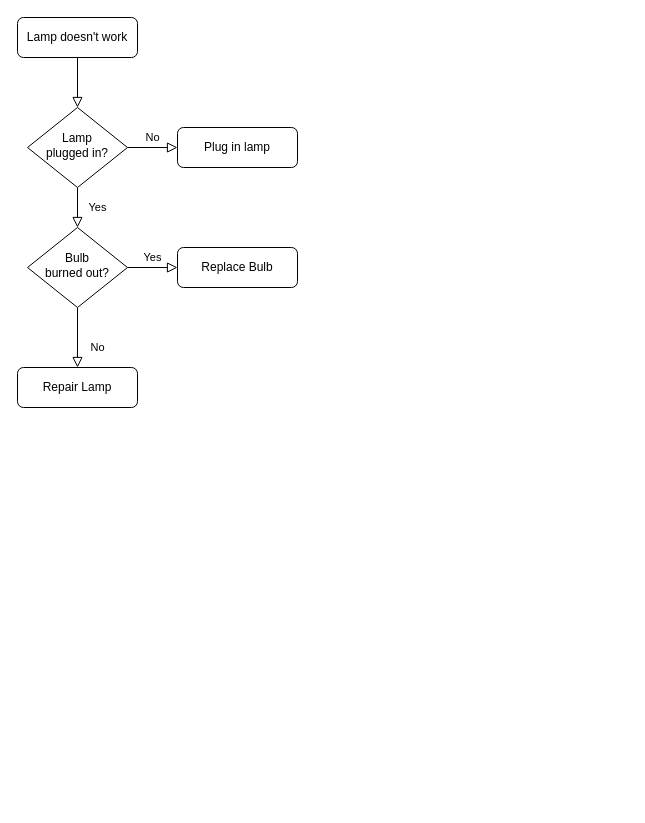
The draw.io diagram Diagrams/Aktivitätsdiagramm Übung 7a).drawio in DavidRiemer02/Softwaretechnik, before the edit. Source tidied: cells renumbered, new cells numbered last; positions are measured from the earlier drawing's top-left corner, leaving out a move shared by most shapes. Both pictures are drawn from the tidied source at 100%, with x=0, y=0 at pixel (17, 17).
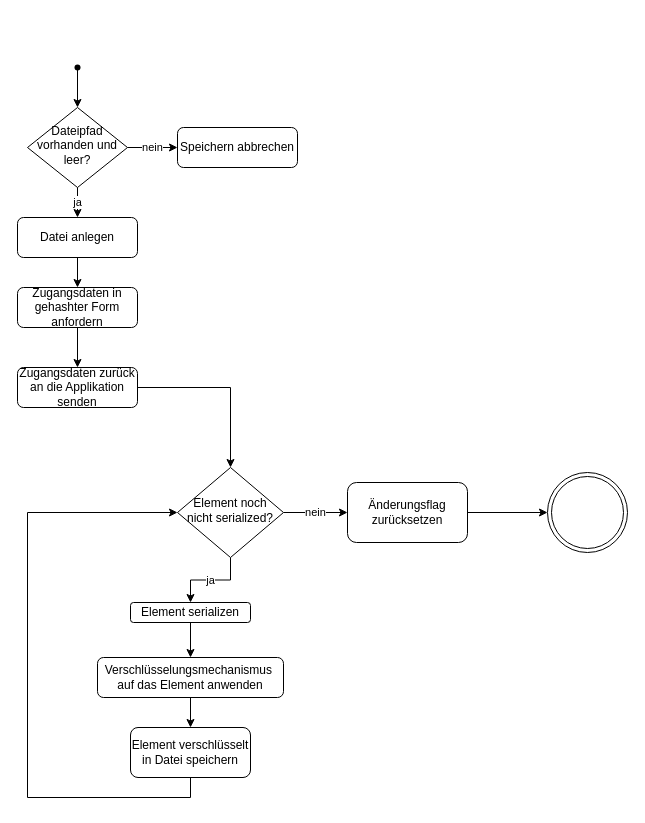
The same page after the edit.

Change to the diagram source:
```diff
@@
-    <mxCell id="2" style="rounded=0;html=1;jettySize=auto;fontSize=11;endArrow=block;endFill=0;endSize=8;strokeWidth=1;shadow=0;labelBackgroundColor=none;edgeStyle=orthogonalEdgeStyle;" parent="1" edge="1" source="3" target="6">
-      <mxGeometry relative="1" as="geometry" />
-    </mxCell>
-    <mxCell id="3" value="Lamp doesn't work" style="rounded=1;whiteSpace=wrap;html=1;fontSize=12;glass=0;strokeWidth=1;shadow=0;" parent="1" vertex="1">
-      <mxGeometry width="120" height="40" as="geometry" />
-    </mxCell>
-    <mxCell id="4" value="Yes" style="rounded=0;html=1;jettySize=auto;fontSize=11;endArrow=block;endFill=0;endSize=8;strokeWidth=1;shadow=0;labelBackgroundColor=none;edgeStyle=orthogonalEdgeStyle;" parent="1" edge="1" source="6" target="10">
-      <mxGeometry y="20" relative="1" as="geometry" />
-    </mxCell>
-    <mxCell id="5" value="No" style="edgeStyle=orthogonalEdgeStyle;rounded=0;html=1;jettySize=auto;fontSize=11;endArrow=block;endFill=0;endSize=8;strokeWidth=1;shadow=0;labelBackgroundColor=none;" parent="1" edge="1" source="6" target="7">
-      <mxGeometry y="10" relative="1" as="geometry" />
-    </mxCell>
-    <mxCell id="6" value="Lamp&lt;br&gt;plugged in?" style="rhombus;whiteSpace=wrap;html=1;shadow=0;fontFamily=Helvetica;fontSize=12;align=center;strokeWidth=1;spacing=6;spacingTop=-4;" parent="1" vertex="1">
+    <mxCell id="6" value="Dateipfad vorhanden und leer?" style="rhombus;whiteSpace=wrap;html=1;shadow=0;fontFamily=Helvetica;fontSize=12;align=center;strokeWidth=1;spacing=6;spacingTop=-4;" parent="1" vertex="1">
       <mxGeometry x="10" y="90" width="100" height="80" as="geometry" />
     </mxCell>
-    <mxCell id="7" value="Plug in lamp" style="rounded=1;whiteSpace=wrap;html=1;fontSize=12;glass=0;strokeWidth=1;shadow=0;" parent="1" vertex="1">
+    <mxCell id="7" value="Speichern abbrechen" style="rounded=1;whiteSpace=wrap;html=1;fontSize=12;glass=0;strokeWidth=1;shadow=0;" parent="1" vertex="1">
       <mxGeometry x="160" y="110" width="120" height="40" as="geometry" />
     </mxCell>
-    <mxCell id="8" value="No" style="rounded=0;html=1;jettySize=auto;fontSize=11;endArrow=block;endFill=0;endSize=8;strokeWidth=1;shadow=0;labelBackgroundColor=none;edgeStyle=orthogonalEdgeStyle;" parent="1" edge="1" source="10" target="11">
-      <mxGeometry x="0.33" y="20" relative="1" as="geometry" />
-    </mxCell>
-    <mxCell id="9" value="Yes" style="edgeStyle=orthogonalEdgeStyle;rounded=0;html=1;jettySize=auto;fontSize=11;endArrow=block;endFill=0;endSize=8;strokeWidth=1;shadow=0;labelBackgroundColor=none;" parent="1" edge="1" source="10" target="12">
-      <mxGeometry y="10" relative="1" as="geometry" />
-    </mxCell>
+    <mxCell id="13" value="nein" style="edgeStyle=orthogonalEdgeStyle;rounded=0;jettySize=auto;html=1;exitX=1;exitY=0.5;exitDx=0;exitDy=0;" parent="1" edge="1" source="10">
+      <mxGeometry relative="1" as="geometry">
+        <mxPoint x="330" y="495" as="targetPoint" />
+      </mxGeometry>
+    </mxCell>
+    <mxCell id="14" value="ja" style="edgeStyle=orthogonalEdgeStyle;rounded=0;jettySize=auto;html=1;exitX=0.5;exitY=1;exitDx=0;exitDy=0;entryX=0.5;entryY=0;entryDx=0;entryDy=0;" parent="1" edge="1" source="10" target="23">
+      <mxGeometry relative="1" as="geometry" />
+    </mxCell>
-    <mxCell id="10" value="Bulb&lt;br&gt;burned out?" style="rhombus;whiteSpace=wrap;html=1;shadow=0;fontFamily=Helvetica;fontSize=12;align=center;strokeWidth=1;spacing=6;spacingTop=-4;" parent="1" vertex="1">
-      <mxGeometry x="10" y="210" width="100" height="80" as="geometry" />
+    <mxCell id="10" value="Element noch nicht serialized?" style="rhombus;whiteSpace=wrap;html=1;shadow=0;fontFamily=Helvetica;fontSize=12;align=center;strokeWidth=1;spacing=6;spacingTop=-4;" parent="1" vertex="1">
+      <mxGeometry x="160" y="450" width="106" height="90" as="geometry" />
     </mxCell>
+    <mxCell id="15" style="edgeStyle=orthogonalEdgeStyle;rounded=0;jettySize=auto;html=1;exitX=1;exitY=0.5;exitDx=0;exitDy=0;entryX=0.5;entryY=0;entryDx=0;entryDy=0;" parent="1" edge="1" source="11" target="10">
+      <mxGeometry relative="1" as="geometry" />
+    </mxCell>
-    <mxCell id="11" value="Repair Lamp" style="rounded=1;whiteSpace=wrap;html=1;fontSize=12;glass=0;strokeWidth=1;shadow=0;" parent="1" vertex="1">
+    <mxCell id="11" value="Zugangsdaten zurück an die Applikation senden" style="rounded=1;whiteSpace=wrap;html=1;fontSize=12;glass=0;strokeWidth=1;shadow=0;" parent="1" vertex="1">
       <mxGeometry y="350" width="120" height="40" as="geometry" />
     </mxCell>
+    <mxCell id="16" style="edgeStyle=orthogonalEdgeStyle;rounded=0;jettySize=auto;html=1;exitX=0.5;exitY=1;exitDx=0;exitDy=0;" parent="1" edge="1" source="12" target="21">
+      <mxGeometry relative="1" as="geometry" />
+    </mxCell>
-    <mxCell id="12" value="Replace Bulb" style="rounded=1;whiteSpace=wrap;html=1;fontSize=12;glass=0;strokeWidth=1;shadow=0;" parent="1" vertex="1">
-      <mxGeometry x="160" y="230" width="120" height="40" as="geometry" />
+    <mxCell id="12" value="Datei anlegen" style="rounded=1;whiteSpace=wrap;html=1;fontSize=12;glass=0;strokeWidth=1;shadow=0;" parent="1" vertex="1">
+      <mxGeometry y="200" width="120" height="40" as="geometry" />
     </mxCell>
+    <mxCell id="17" style="shape=waypoint;sketch=0;fillStyle=solid;size=6;points=[];fillColor=none;perimeter=centerPerimeter;snapToPoint=1;" parent="1" vertex="1">
+      <mxGeometry x="40" y="30" width="40" height="40" as="geometry" />
+    </mxCell>
+    <mxCell id="18" style="endArrow=classic;html=1;rounded=0;" parent="1" edge="1" source="17">
+      <mxGeometry relative="1" as="geometry">
+        <mxPoint x="60" y="90" as="targetPoint" />
+      </mxGeometry>
+    </mxCell>
+    <mxCell id="5" value="nein" style="endArrow=classic;html=1;rounded=0;exitX=1;exitY=0.5;exitDx=0;exitDy=0;entryX=0;entryY=0.5;entryDx=0;entryDy=0;" parent="1" edge="1" source="6" target="7">
+      <mxGeometry relative="1" as="geometry" />
+    </mxCell>
+    <mxCell id="19" value="ja" style="endArrow=classic;html=1;rounded=0;exitX=0.5;exitY=1;exitDx=0;exitDy=0;entryX=0.5;entryY=0;entryDx=0;entryDy=0;" parent="1" edge="1" source="6" target="12">
+      <mxGeometry relative="1" as="geometry" />
+    </mxCell>
+    <mxCell id="20" style="edgeStyle=orthogonalEdgeStyle;rounded=0;jettySize=auto;html=1;exitX=0.5;exitY=1;exitDx=0;exitDy=0;" parent="1" edge="1" source="21" target="11">
+      <mxGeometry relative="1" as="geometry" />
+    </mxCell>
+    <mxCell id="21" value="Zugangsdaten in gehashter Form anfordern" style="rounded=1;whiteSpace=wrap;html=1;fontSize=12;glass=0;strokeWidth=1;shadow=0;" parent="1" vertex="1">
+      <mxGeometry y="270" width="120" height="40" as="geometry" />
+    </mxCell>
+    <mxCell id="22" style="edgeStyle=orthogonalEdgeStyle;rounded=0;jettySize=auto;html=1;exitX=0.5;exitY=1;exitDx=0;exitDy=0;entryX=0.5;entryY=0;entryDx=0;entryDy=0;" parent="1" edge="1" source="23" target="27">
+      <mxGeometry relative="1" as="geometry" />
+    </mxCell>
+    <mxCell id="23" value="Element serializen" style="rounded=1;whiteSpace=wrap;html=1;" parent="1" vertex="1">
+      <mxGeometry x="113" y="585" width="120" height="20" as="geometry" />
+    </mxCell>
+    <mxCell id="24" style="edgeStyle=orthogonalEdgeStyle;rounded=0;jettySize=auto;html=1;exitX=0.5;exitY=1;exitDx=0;exitDy=0;entryX=0;entryY=0.5;entryDx=0;entryDy=0;" parent="1" edge="1" source="25" target="10">
+      <mxGeometry relative="1" as="geometry">
+        <Array as="points">
+          <mxPoint x="173" y="780" />
+          <mxPoint x="10" y="780" />
+          <mxPoint x="10" y="495" />
+        </Array>
+      </mxGeometry>
+    </mxCell>
+    <mxCell id="25" value="Element verschlüsselt in Datei speichern" style="rounded=1;whiteSpace=wrap;html=1;" parent="1" vertex="1">
+      <mxGeometry x="113" y="710" width="120" height="50" as="geometry" />
+    </mxCell>
+    <mxCell id="26" style="edgeStyle=orthogonalEdgeStyle;rounded=0;jettySize=auto;html=1;exitX=0.5;exitY=1;exitDx=0;exitDy=0;entryX=0.5;entryY=0;entryDx=0;entryDy=0;" parent="1" edge="1" source="27" target="25">
+      <mxGeometry relative="1" as="geometry" />
+    </mxCell>
+    <mxCell id="27" value="Verschlüsselungsmechanismus&amp;nbsp;&lt;br&gt;auf das Element anwenden" style="rounded=1;whiteSpace=wrap;html=1;" parent="1" vertex="1">
+      <mxGeometry x="80" y="640" width="186" height="40" as="geometry" />
+    </mxCell>
+    <mxCell id="28" style="edgeStyle=orthogonalEdgeStyle;rounded=0;jettySize=auto;html=1;exitX=1;exitY=0.5;exitDx=0;exitDy=0;entryX=0;entryY=0.5;entryDx=0;entryDy=0;" parent="1" edge="1" source="29" target="30">
+      <mxGeometry relative="1" as="geometry" />
+    </mxCell>
+    <mxCell id="29" value="Änderungsflag zurücksetzen" style="rounded=1;whiteSpace=wrap;html=1;" parent="1" vertex="1">
+      <mxGeometry x="330" y="465" width="120" height="60" as="geometry" />
+    </mxCell>
+    <mxCell id="30" style="ellipse;shape=doubleEllipse;whiteSpace=wrap;html=1;" parent="1" vertex="1">
+      <mxGeometry x="530" y="455" width="80" height="80" as="geometry" />
+    </mxCell>
```
